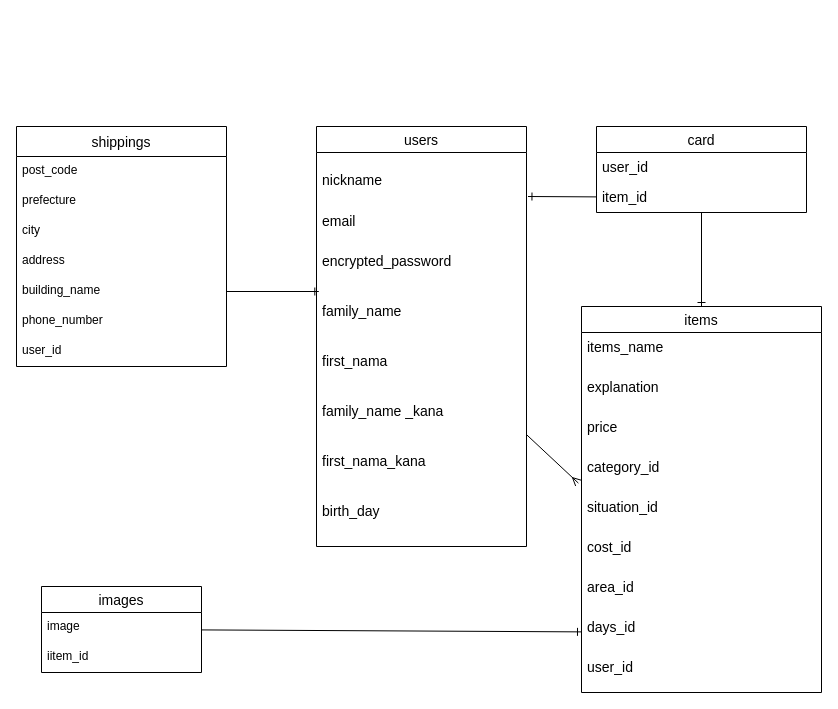
Earlier version of the draw.io diagram furima.dio (sitahiro/furima-37252). Source tidied: cells renumbered, new cells numbered last; positions are measured from the earlier drawing's top-left corner, leaving out a move shared by most shapes. Both pictures are drawn from the tidied source at 100%, with x=0, y=0 at pixel (16, 126).
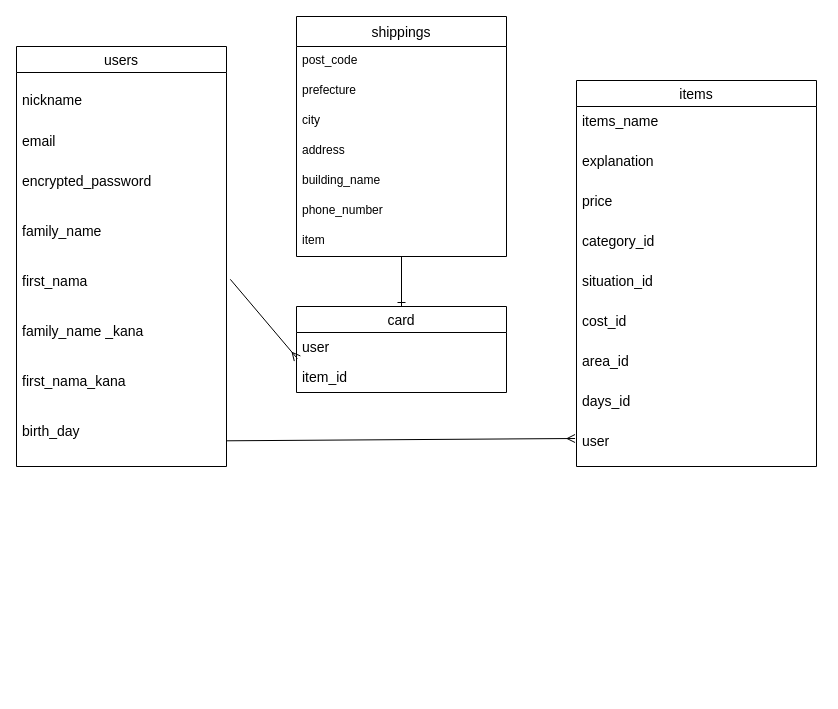
The same diagram, later.

Commit message (it also covers changes not shown here):
データベース修正３

The change refers to these unchanged cells:
```xml
<mxCell id="4" value="nickname" style="text;strokeColor=none;fillColor=none;spacingLeft=4;spacingRight=4;overflow=hidden;points=[[0,0.5],[1,0.5]];portConstraint=eastwest;fontSize=14;verticalAlign=middle;" parent="3" vertex="1">
  <mxGeometry y="26" width="210" height="54" as="geometry" />
</mxCell>
<mxCell id="7" value="family_name" style="text;strokeColor=none;fillColor=none;spacingLeft=4;spacingRight=4;overflow=hidden;points=[[0,0.5],[1,0.5]];portConstraint=eastwest;fontSize=14;" parent="3" vertex="1">
  <mxGeometry y="170" width="210" height="50" as="geometry" />
</mxCell>
<mxCell id="8" value="first_nama" style="text;strokeColor=none;fillColor=none;spacingLeft=4;spacingRight=4;overflow=hidden;points=[[0,0.5],[1,0.5]];portConstraint=eastwest;fontSize=14;" parent="3" vertex="1">
  <mxGeometry y="220" width="210" height="50" as="geometry" />
</mxCell>
<mxCell id="11" value="birth_day" style="text;strokeColor=none;fillColor=none;spacingLeft=4;spacingRight=4;overflow=hidden;points=[[0,0.5],[1,0.5]];portConstraint=eastwest;fontSize=14;" parent="3" vertex="1">
  <mxGeometry y="370" width="210" height="50" as="geometry" />
</mxCell>
<mxCell id="16" value="category_id" style="text;strokeColor=none;fillColor=none;spacingLeft=4;spacingRight=4;overflow=hidden;points=[[0,0.5],[1,0.5]];portConstraint=eastwest;fontSize=14;" parent="12" vertex="1">
  <mxGeometry y="146" width="240" height="40" as="geometry" />
</mxCell>
<mxCell id="20" value="days_id" style="text;strokeColor=none;fillColor=none;spacingLeft=4;spacingRight=4;overflow=hidden;points=[[0,0.5],[1,0.5]];portConstraint=eastwest;fontSize=14;" parent="12" vertex="1">
  <mxGeometry y="306" width="240" height="40" as="geometry" />
</mxCell>
<mxCell id="25" value="item_id" style="text;strokeColor=none;fillColor=none;spacingLeft=4;spacingRight=4;overflow=hidden;points=[[0,0.5],[1,0.5]];portConstraint=eastwest;fontSize=14;" parent="23" vertex="1">
  <mxGeometry y="56" width="210" height="30" as="geometry" />
</mxCell>
<mxCell id="31" value="building_name" style="text;strokeColor=none;fillColor=none;spacingLeft=4;spacingRight=4;overflow=hidden;points=[[0,0.5],[1,0.5]];portConstraint=eastwest;fontSize=12;" parent="26" vertex="1">
  <mxGeometry y="150" width="210" height="30" as="geometry" />
</mxCell>
```

Diff of the diagram source:
```diff
@@
-    <mxCell id="2" style="edgeStyle=none;html=1;entryX=-0.013;entryY=0.765;entryDx=0;entryDy=0;entryPerimeter=0;fontSize=14;endArrow=ERmany;endFill=0;" parent="1" edge="1" source="3" target="16">
-      <mxGeometry relative="1" as="geometry" />
-    </mxCell>
     <mxCell id="3" value="users" style="swimlane;fontStyle=0;horizontal=1;startSize=26;align=center;fontSize=14;" parent="1" vertex="1">
-      <mxGeometry x="300" width="210" height="420" as="geometry" />
+      <mxGeometry y="-80" width="210" height="420" as="geometry" />
     </mxCell>
@@
     <mxCell id="12" value="items" style="swimlane;fontStyle=0;horizontal=1;startSize=26;align=center;fontSize=14;" parent="1" vertex="1">
-      <mxGeometry x="565" y="180" width="240" height="386" as="geometry" />
+      <mxGeometry x="560" y="-46" width="240" height="386" as="geometry" />
     </mxCell>
@@
-    <mxCell id="21" value="user_id" style="text;strokeColor=none;fillColor=none;spacingLeft=4;spacingRight=4;overflow=hidden;points=[[0,0.5],[1,0.5]];portConstraint=eastwest;fontSize=14;" parent="12" vertex="1">
+    <mxCell id="21" value="user" style="text;strokeColor=none;fillColor=none;spacingLeft=4;spacingRight=4;overflow=hidden;points=[[0,0.5],[1,0.5]];portConstraint=eastwest;fontSize=14;" parent="12" vertex="1">
       <mxGeometry y="346" width="240" height="40" as="geometry" />
     </mxCell>
-    <mxCell id="22" style="edgeStyle=none;html=1;entryX=0.5;entryY=0;entryDx=0;entryDy=0;endArrow=ERone;endFill=0;" parent="1" edge="1" source="23" target="12">
-      <mxGeometry relative="1" as="geometry" />
-    </mxCell>
     <mxCell id="23" value="card" style="swimlane;fontStyle=0;horizontal=1;startSize=26;align=center;fontSize=14;" parent="1" vertex="1">
-      <mxGeometry x="580" width="210" height="86" as="geometry" />
+      <mxGeometry x="280" y="180" width="210" height="86" as="geometry" />
     </mxCell>
-    <mxCell id="24" value="user_id" style="text;strokeColor=none;fillColor=none;spacingLeft=4;spacingRight=4;overflow=hidden;fontSize=14;" parent="23" vertex="1">
+    <mxCell id="24" value="user" style="text;strokeColor=none;fillColor=none;spacingLeft=4;spacingRight=4;overflow=hidden;fontSize=14;" parent="23" vertex="1">
       <mxGeometry y="26" width="210" height="30" as="geometry" />
     </mxCell>
@@
+    <mxCell id="40" style="edgeStyle=none;html=1;entryX=0.5;entryY=0;entryDx=0;entryDy=0;endArrow=ERone;endFill=0;" parent="1" edge="1" source="26" target="23">
+      <mxGeometry relative="1" as="geometry" />
+    </mxCell>
     <mxCell id="26" value="shippings" style="swimlane;fontStyle=0;horizontal=1;startSize=30;align=center;fontSize=14;" parent="1" vertex="1">
-      <mxGeometry width="210" height="240" as="geometry" />
+      <mxGeometry x="280" y="-110" width="210" height="240" as="geometry" />
     </mxCell>
@@
-    <mxCell id="33" value="user_id" style="text;strokeColor=none;fillColor=none;spacingLeft=4;spacingRight=4;overflow=hidden;fontSize=12;" parent="26" vertex="1">
+    <mxCell id="33" value="item" style="text;strokeColor=none;fillColor=none;spacingLeft=4;spacingRight=4;overflow=hidden;fontSize=12;" parent="26" vertex="1">
       <mxGeometry y="210" width="210" height="30" as="geometry" />
     </mxCell>
-    <mxCell id="34" style="edgeStyle=none;html=1;entryX=0.011;entryY=-0.1;entryDx=0;entryDy=0;entryPerimeter=0;endArrow=ERone;endFill=0;exitX=1;exitY=0.5;exitDx=0;exitDy=0;" parent="1" edge="1" source="31" target="7">
-      <mxGeometry relative="1" as="geometry" />
-    </mxCell>
-    <mxCell id="35" style="edgeStyle=none;html=1;entryX=1.007;entryY=0.815;entryDx=0;entryDy=0;entryPerimeter=0;endArrow=ERone;endFill=0;" parent="1" edge="1" source="25" target="4">
-      <mxGeometry relative="1" as="geometry" />
-    </mxCell>
-    <mxCell id="36" style="edgeStyle=none;html=1;endArrow=ERone;endFill=0;" parent="1" edge="1" source="37" target="20">
-      <mxGeometry relative="1" as="geometry" />
-    </mxCell>
-    <mxCell id="37" value="images" style="swimlane;fontStyle=0;horizontal=1;startSize=26;align=center;fontSize=14;" parent="1" vertex="1">
-      <mxGeometry x="25" y="460" width="160" height="86" as="geometry" />
-    </mxCell>
-    <mxCell id="38" value="image" style="text;strokeColor=none;fillColor=none;spacingLeft=4;spacingRight=4;overflow=hidden;fontSize=12;" parent="37" vertex="1">
-      <mxGeometry y="26" width="160" height="30" as="geometry" />
-    </mxCell>
-    <mxCell id="39" value="iitem_id" style="text;strokeColor=none;fillColor=none;spacingLeft=4;spacingRight=4;overflow=hidden;fontSize=12;" parent="37" vertex="1">
-      <mxGeometry y="56" width="160" height="30" as="geometry" />
-    </mxCell>
+    <mxCell id="41" style="edgeStyle=none;html=1;entryX=0.004;entryY=-0.133;entryDx=0;entryDy=0;entryPerimeter=0;endArrow=ERmany;endFill=0;exitX=1.018;exitY=0.256;exitDx=0;exitDy=0;exitPerimeter=0;" parent="1" edge="1" source="8" target="25">
+      <mxGeometry relative="1" as="geometry" />
+    </mxCell>
+    <mxCell id="42" style="edgeStyle=none;html=1;entryX=-0.006;entryY=0.3;entryDx=0;entryDy=0;entryPerimeter=0;endArrow=ERmany;endFill=0;" parent="1" edge="1" source="11" target="21">
+      <mxGeometry relative="1" as="geometry" />
+    </mxCell>
```
